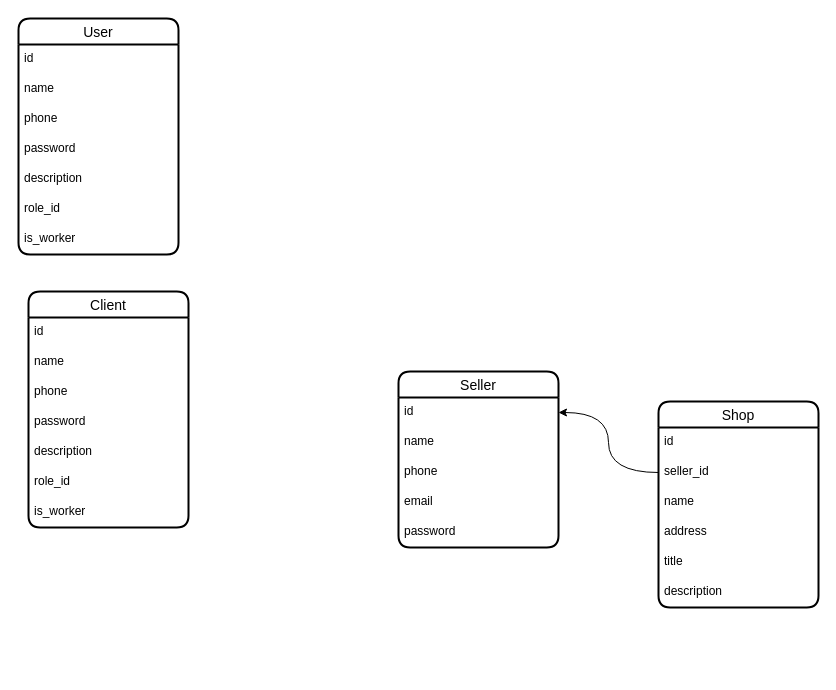
iztileuoff/databases keeps this draw.io diagram as karsoft-e-commerce.drawio. Above is the earlier version. Source tidied: cells renumbered, new cells numbered last; positions are measured from the earlier drawing's top-left corner, leaving out a move shared by most shapes. Both pictures are drawn from the tidied source at 100%, with x=0, y=0 at pixel (18, 18).
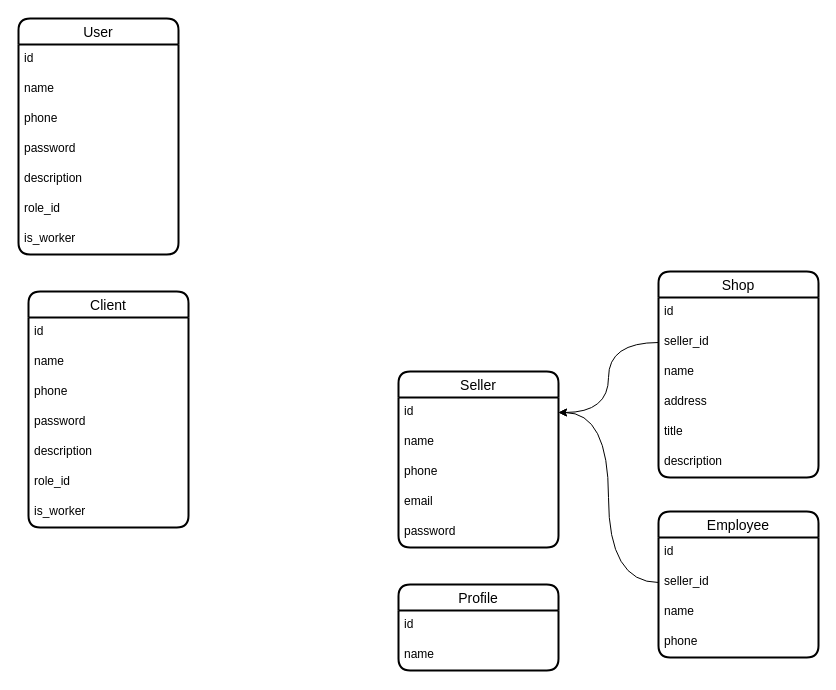
After the change.

Unchanged cells that the change refers to:
```xml
<mxCell id="19" value="id" style="text;strokeColor=none;fillColor=none;spacingLeft=4;spacingRight=4;overflow=hidden;points=[[0,0.5],[1,0.5]];portConstraint=eastwest;fontSize=12;whiteSpace=wrap;html=1;" parent="18" vertex="1">
  <mxGeometry y="26" width="160" height="30" as="geometry" />
</mxCell>
```

The edit, as a diff of the source:
```diff
@@
     <mxCell id="24" value="Shop" style="swimlane;fontStyle=0;horizontal=1;startSize=26;align=center;fontSize=14;strokeWidth=2;rounded=1;shadow=0;glass=0;swimlaneLine=1;" parent="1" vertex="1">
-      <mxGeometry x="640" y="383" width="160" height="206" as="geometry" />
+      <mxGeometry x="640" y="253" width="160" height="206" as="geometry" />
     </mxCell>
@@
+    <mxCell id="32" value="Employee" style="swimlane;fontStyle=0;horizontal=1;startSize=26;align=center;fontSize=14;strokeWidth=2;rounded=1;shadow=0;glass=0;swimlaneLine=1;" parent="1" vertex="1">
+      <mxGeometry x="640" y="493" width="160" height="146" as="geometry" />
+    </mxCell>
+    <mxCell id="33" value="id" style="text;strokeColor=none;fillColor=none;spacingLeft=4;spacingRight=4;overflow=hidden;fontSize=12;whiteSpace=wrap;html=1;" parent="32" vertex="1">
+      <mxGeometry y="26" width="160" height="30" as="geometry" />
+    </mxCell>
+    <mxCell id="34" value="seller_id" style="text;strokeColor=none;fillColor=none;spacingLeft=4;spacingRight=4;overflow=hidden;points=[[0,0.5],[1,0.5]];portConstraint=eastwest;fontSize=12;whiteSpace=wrap;html=1;" parent="32" vertex="1">
+      <mxGeometry y="56" width="160" height="30" as="geometry" />
+    </mxCell>
+    <mxCell id="35" value="name" style="text;strokeColor=none;fillColor=none;spacingLeft=4;spacingRight=4;overflow=hidden;fontSize=12;whiteSpace=wrap;html=1;" parent="32" vertex="1">
+      <mxGeometry y="86" width="160" height="30" as="geometry" />
+    </mxCell>
+    <mxCell id="36" value="phone" style="text;strokeColor=none;fillColor=none;spacingLeft=4;spacingRight=4;overflow=hidden;fontSize=12;whiteSpace=wrap;html=1;" parent="32" vertex="1">
+      <mxGeometry y="116" width="160" height="30" as="geometry" />
+    </mxCell>
+    <mxCell id="37" style="edgeStyle=orthogonalEdgeStyle;rounded=0;jettySize=auto;html=1;entryX=1;entryY=0.5;entryDx=0;entryDy=0;curved=1;" parent="1" edge="1" source="34" target="19">
+      <mxGeometry relative="1" as="geometry" />
+    </mxCell>
+    <mxCell id="38" value="Profile" style="swimlane;fontStyle=0;horizontal=1;startSize=26;align=center;fontSize=14;strokeWidth=2;rounded=1;shadow=0;glass=0;swimlaneLine=1;" parent="1" vertex="1">
+      <mxGeometry x="380" y="566" width="160" height="86" as="geometry" />
+    </mxCell>
+    <mxCell id="39" value="id" style="text;strokeColor=none;fillColor=none;spacingLeft=4;spacingRight=4;overflow=hidden;fontSize=12;whiteSpace=wrap;html=1;" parent="38" vertex="1">
+      <mxGeometry y="26" width="160" height="30" as="geometry" />
+    </mxCell>
+    <mxCell id="40" value="name" style="text;strokeColor=none;fillColor=none;spacingLeft=4;spacingRight=4;overflow=hidden;fontSize=12;whiteSpace=wrap;html=1;" parent="38" vertex="1">
+      <mxGeometry y="56" width="160" height="30" as="geometry" />
+    </mxCell>
```
